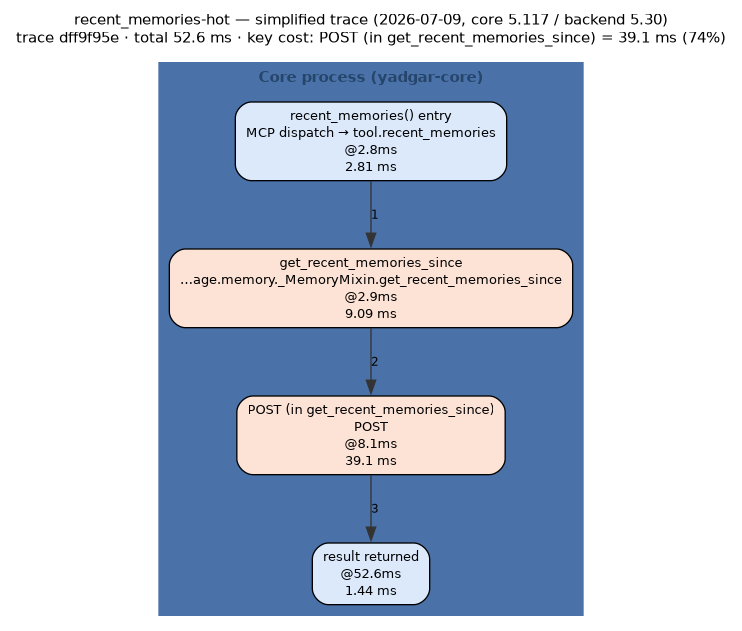
This is docs/diagrams/out/recent_memories-hot-trace-2026-07-09.png from m-agahi/yadgar, a Graphviz export, as it was before one commit. Its source is kept beside it as docs/diagrams/out/recent_memories-hot-trace-2026-07-09.dot.
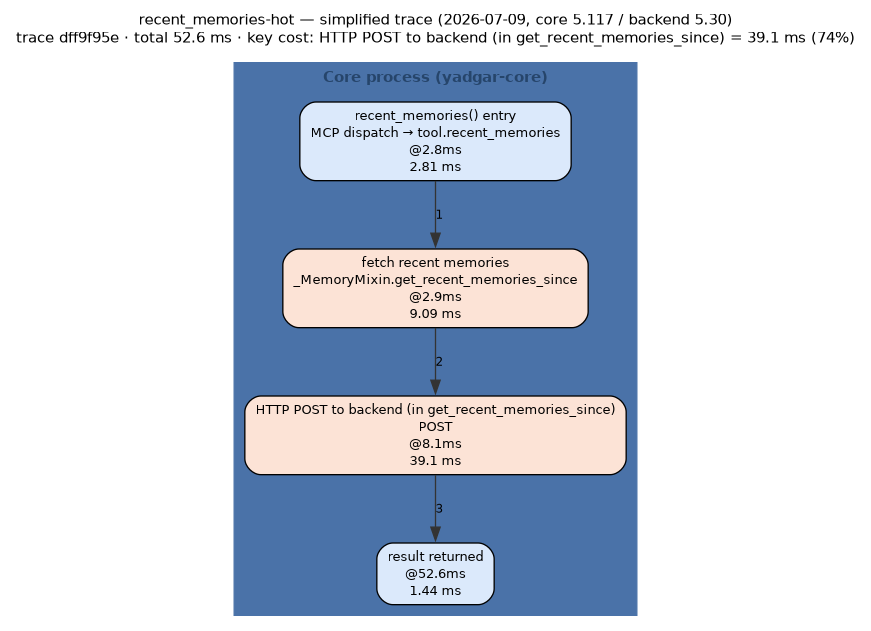
After the change.

Diff of the diagram source:
```diff
@@ -8,7 +8,7 @@
   node  [fontname="Helvetica", fontsize=10];
   edge  [fontname="Helvetica", fontsize=9];
   label="recent_memories-hot — simplified trace (2026-07-09, core 5.117 / backend 5.30)
-trace dff9f95e · total 52.6 ms · key cost: POST (in get_recent_memories_since) = 39.1 ms (74%)";
+trace dff9f95e · total 52.6 ms · key cost: HTTP POST to backend (in get_recent_memories_since) = 39.1 ms (74%)";
   subgraph "cluster_core" {
     label="Core process (yadgar-core)";
     style=filled;
@@ -17,8 +17,8 @@
     fontcolor="#26456b";
     fontname="Helvetica-Bold";
     "entry" [shape="box", style="rounded,filled", fillcolor="#dbe9fb", label="recent_memories() entry\nMCP dispatch → tool.recent_memories\n@2.8ms\n2.81 ms"];
-    "s0" [shape="box", style="rounded,filled", fillcolor="#fce3d6", label="get_recent_memories_since\n…age.memory._MemoryMixin.get_recent_memories_since\n@2.9ms\n9.09 ms"];
-    "s1" [shape="box", style="rounded,filled", fillcolor="#fce3d6", label="POST (in get_recent_memories_since)\nPOST\n@8.1ms\n39.1 ms"];
+    "s0" [shape="box", style="rounded,filled", fillcolor="#fce3d6", label="fetch recent memories\n_MemoryMixin.get_recent_memories_since\n@2.9ms\n9.09 ms"];
+    "s1" [shape="box", style="rounded,filled", fillcolor="#fce3d6", label="HTTP POST to backend (in get_recent_memories_since)\nPOST\n@8.1ms\n39.1 ms"];
     "done" [shape="box", style="rounded,filled", fillcolor="#dbe9fb", label="result returned\n@52.6ms\n1.44 ms"];
   }
   "entry" -> "s0" [color="#333333", style="solid", label="1"];
```
